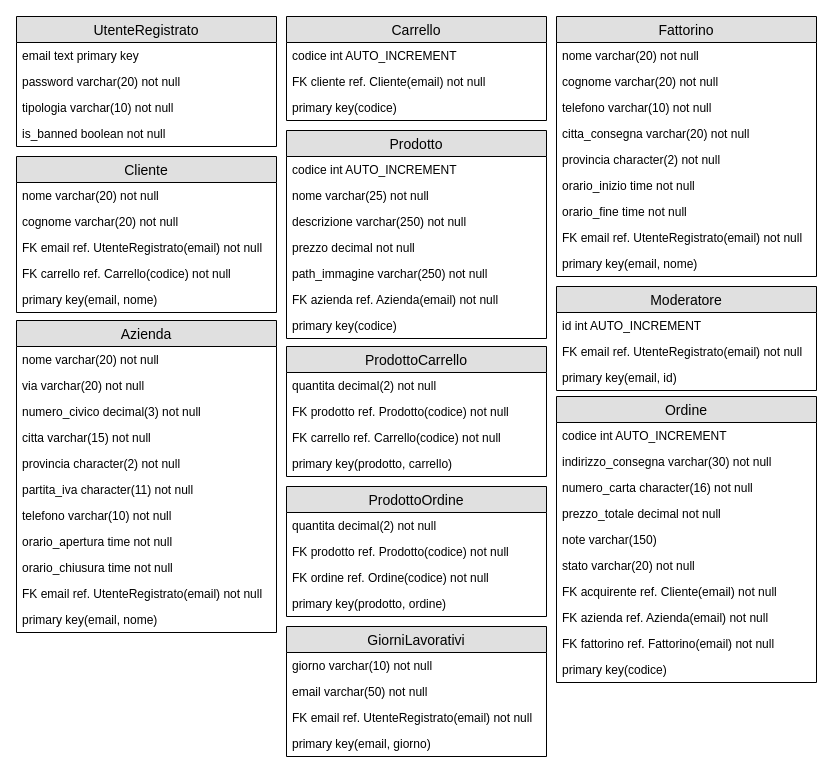
Earlier version of the draw.io diagram Documents/Sys - Drawio/tabelle database.drawio (frekkanzer2/Eat-Reorder). Source tidied: cells renumbered, new cells numbered last; positions are measured from the earlier drawing's top-left corner, leaving out a move shared by most shapes. Both pictures are drawn from the tidied source at 100%, with x=0, y=0 at pixel (16, 16).
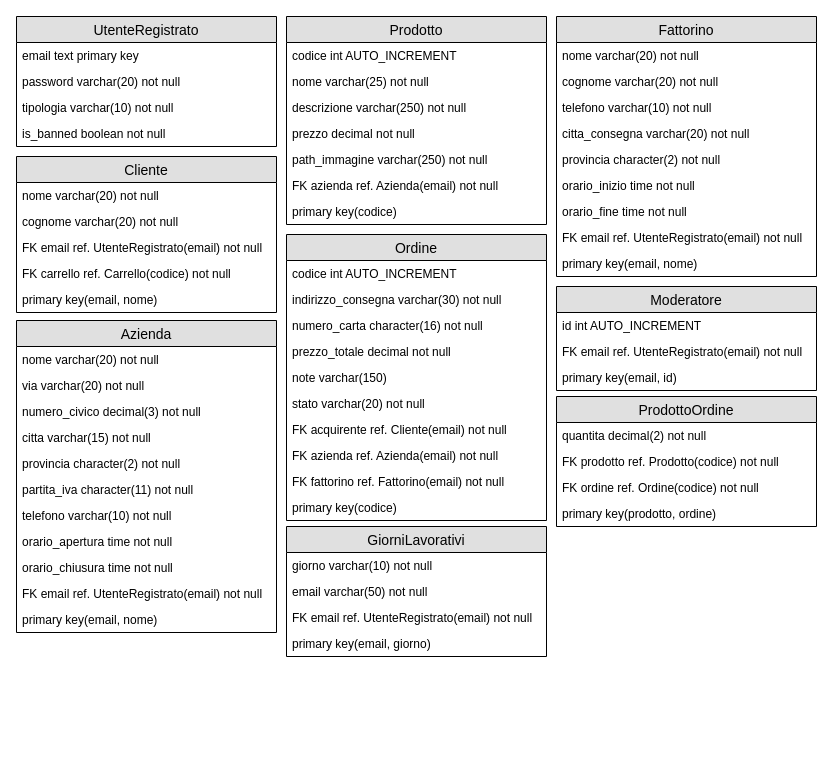
The same diagram, later.

Commit message (it also covers changes not shown here):
Aggiornamento database (documenti)

What changed in the source:
```diff
@@
     <mxCell id="39" value="GiorniLavorativi" style="swimlane;fontStyle=0;horizontal=1;startSize=26;fillColor=#e0e0e0;swimlaneFillColor=#ffffff;align=center;fontSize=14;" parent="1" vertex="1">
-      <mxGeometry x="270" y="610" width="260" height="130" as="geometry" />
+      <mxGeometry x="270" y="510" width="260" height="130" as="geometry" />
     </mxCell>
@@
-    <mxCell id="44" value="Carrello" style="swimlane;fontStyle=0;horizontal=1;startSize=26;fillColor=#e0e0e0;swimlaneFillColor=#ffffff;align=center;fontSize=14;" parent="1" vertex="1">
-      <mxGeometry x="270" width="260" height="104" as="geometry" />
-    </mxCell>
-    <mxCell id="45" value="codice int AUTO_INCREMENT" style="text;strokeColor=none;fillColor=none;spacingLeft=4;spacingRight=4;overflow=hidden;fontSize=12;" parent="44" vertex="1">
-      <mxGeometry y="26" width="260" height="26" as="geometry" />
-    </mxCell>
-    <mxCell id="46" value="FK cliente ref. Cliente(email) not null" style="text;strokeColor=none;fillColor=none;spacingLeft=4;spacingRight=4;overflow=hidden;fontSize=12;" parent="44" vertex="1">
-      <mxGeometry y="52" width="260" height="26" as="geometry" />
-    </mxCell>
-    <mxCell id="47" value="primary key(codice)" style="text;strokeColor=none;fillColor=none;spacingLeft=4;spacingRight=4;overflow=hidden;fontSize=12;" parent="44" vertex="1">
-      <mxGeometry y="78" width="260" height="26" as="geometry" />
-    </mxCell>
     <mxCell id="48" value="Prodotto" style="swimlane;fontStyle=0;horizontal=1;startSize=26;fillColor=#e0e0e0;swimlaneFillColor=#ffffff;align=center;fontSize=14;" parent="1" vertex="1">
-      <mxGeometry x="270" y="114" width="260" height="208" as="geometry" />
+      <mxGeometry x="270" width="260" height="208" as="geometry" />
     </mxCell>
@@
-    <mxCell id="56" value="ProdottoCarrello" style="swimlane;fontStyle=0;horizontal=1;startSize=26;fillColor=#e0e0e0;swimlaneFillColor=#ffffff;align=center;fontSize=14;" parent="1" vertex="1">
-      <mxGeometry x="270" y="330" width="260" height="130" as="geometry" />
-    </mxCell>
-    <mxCell id="57" value="quantita decimal(2) not null" style="text;strokeColor=none;fillColor=none;spacingLeft=4;spacingRight=4;overflow=hidden;fontSize=12;" parent="56" vertex="1">
-      <mxGeometry y="26" width="260" height="26" as="geometry" />
-    </mxCell>
-    <mxCell id="58" value="FK prodotto ref. Prodotto(codice) not null" style="text;strokeColor=none;fillColor=none;spacingLeft=4;spacingRight=4;overflow=hidden;fontSize=12;" parent="56" vertex="1">
-      <mxGeometry y="52" width="260" height="26" as="geometry" />
-    </mxCell>
-    <mxCell id="59" value="FK carrello ref. Carrello(codice) not null" style="text;strokeColor=none;fillColor=none;spacingLeft=4;spacingRight=4;overflow=hidden;fontSize=12;" parent="56" vertex="1">
-      <mxGeometry y="78" width="260" height="26" as="geometry" />
-    </mxCell>
-    <mxCell id="60" value="primary key(prodotto, carrello)" style="text;strokeColor=none;fillColor=none;spacingLeft=4;spacingRight=4;overflow=hidden;fontSize=12;" parent="56" vertex="1">
-      <mxGeometry y="104" width="260" height="26" as="geometry" />
-    </mxCell>
     <mxCell id="61" value="Ordine" style="swimlane;fontStyle=0;horizontal=1;startSize=26;fillColor=#e0e0e0;swimlaneFillColor=#ffffff;align=center;fontSize=14;" parent="1" vertex="1">
-      <mxGeometry x="540" y="380" width="260" height="286" as="geometry" />
+      <mxGeometry x="270" y="218" width="260" height="286" as="geometry" />
     </mxCell>
@@
     <mxCell id="72" value="ProdottoOrdine" style="swimlane;fontStyle=0;horizontal=1;startSize=26;fillColor=#e0e0e0;swimlaneFillColor=#ffffff;align=center;fontSize=14;" parent="1" vertex="1">
-      <mxGeometry x="270" y="470" width="260" height="130" as="geometry" />
+      <mxGeometry x="540" y="380" width="260" height="130" as="geometry" />
     </mxCell>
```
